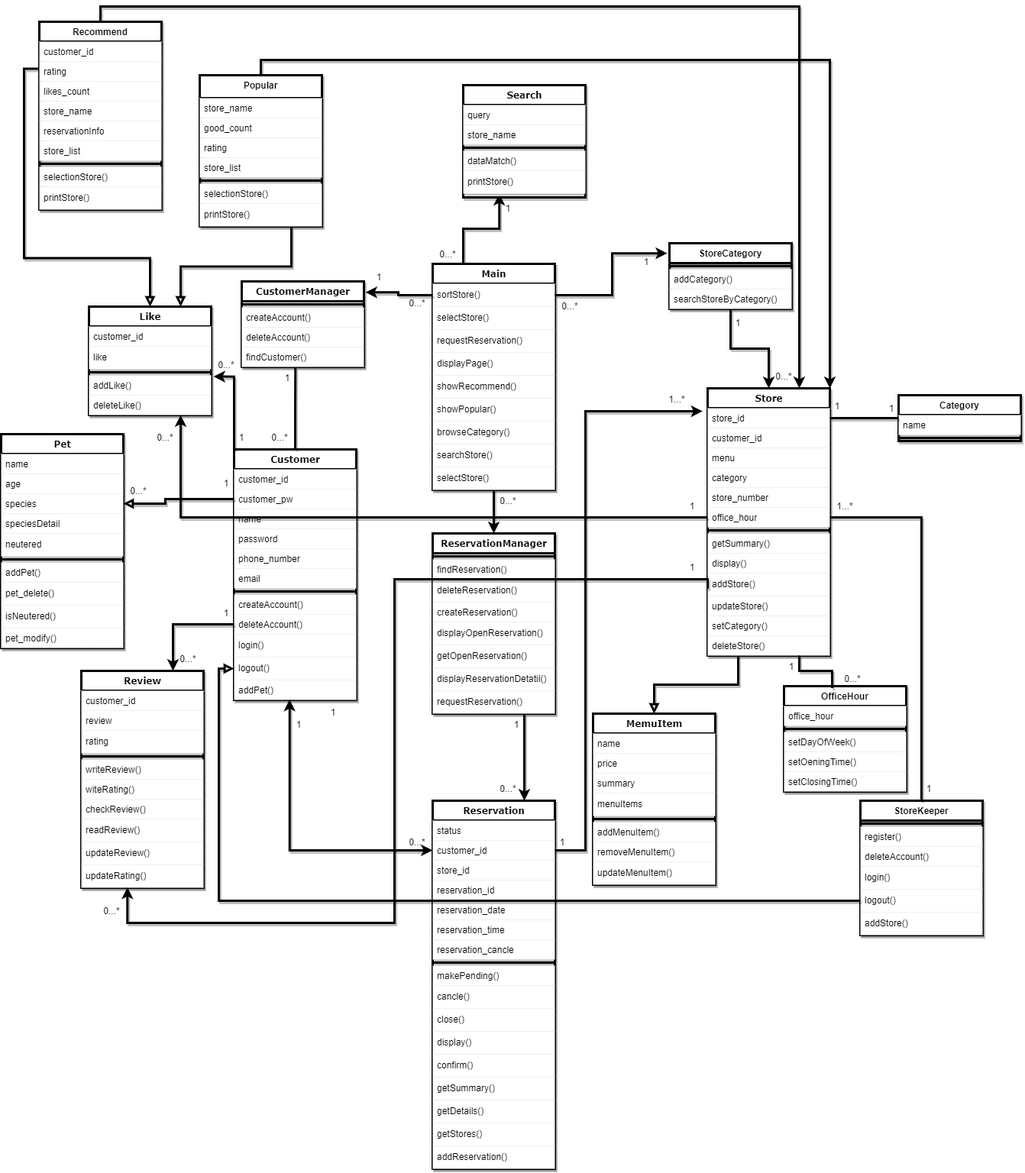
dkwkckzk/data_test keeps this draw.io diagram as walkwith_class.drawio.png. Above is the earlier version. Source tidied: cells renumbered, new cells last; positions are measured from the earlier drawing's top-left corner, leaving out a move shared by most shapes.
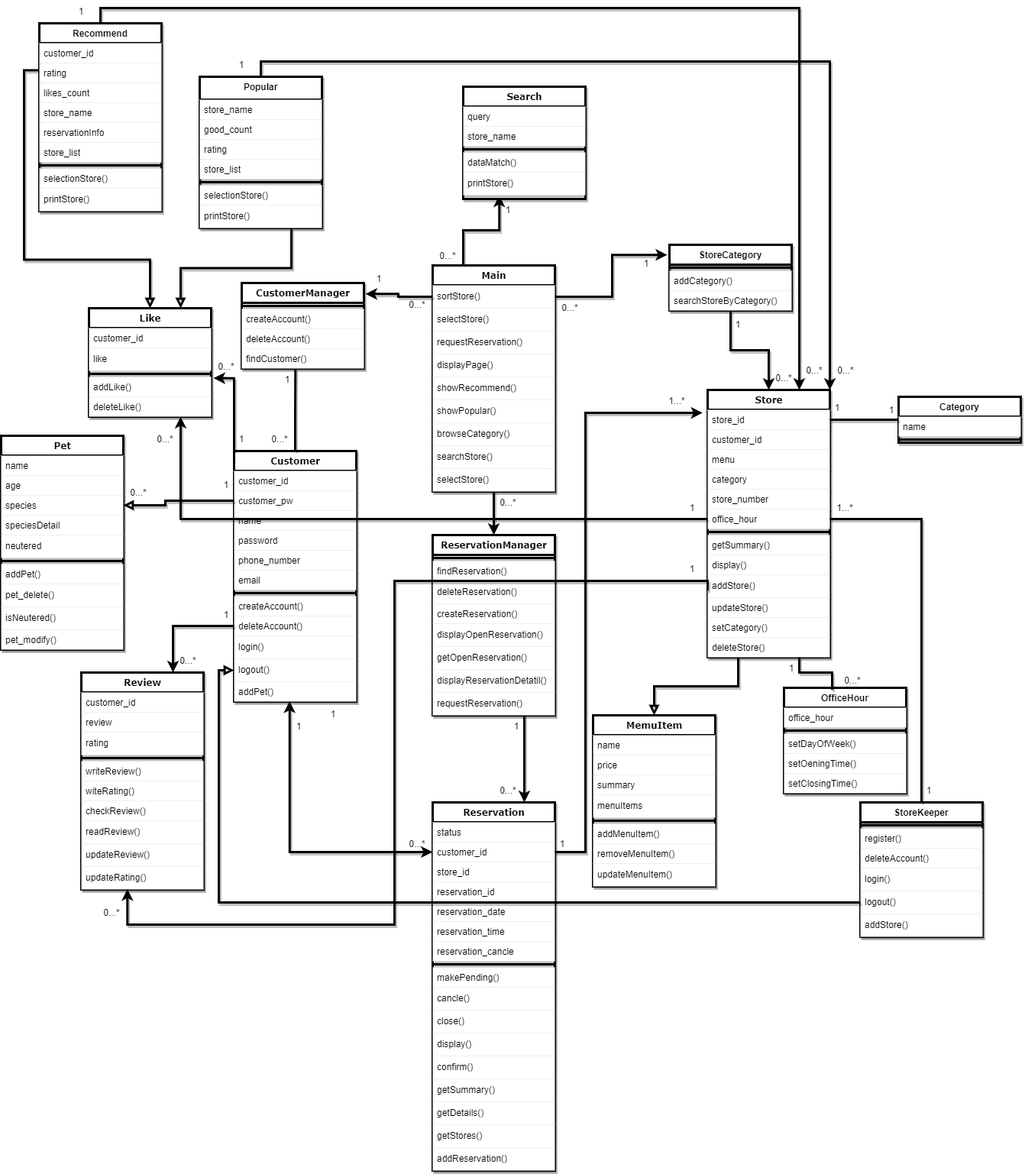
The same diagram one commit later.

Diff of the diagram source:
```diff
@@ -649,5 +649,17 @@
     <mxCell id="210" value="1" style="text;html=1;strokeColor=none;fillColor=none;align=center;verticalAlign=middle;whiteSpace=wrap;rounded=0;shadow=1;strokeWidth=3;" parent="1" vertex="1">
       <mxGeometry x="405" y="890" width="60" height="30" as="geometry" />
     </mxCell>
+    <mxCell id="211" value="1" style="text;html=1;strokeColor=none;fillColor=none;align=center;verticalAlign=middle;whiteSpace=wrap;rounded=0;shadow=1;strokeWidth=3;" parent="1" vertex="1">
+      <mxGeometry x="75" y="-30" width="60" height="30" as="geometry" />
+    </mxCell>
+    <mxCell id="212" value="1" style="text;html=1;strokeColor=none;fillColor=none;align=center;verticalAlign=middle;whiteSpace=wrap;rounded=0;shadow=1;strokeWidth=3;" parent="1" vertex="1">
+      <mxGeometry x="285" y="40" width="60" height="30" as="geometry" />
+    </mxCell>
+    <mxCell id="213" value="0...*" style="text;html=1;strokeColor=none;fillColor=none;align=center;verticalAlign=middle;whiteSpace=wrap;rounded=0;shadow=1;strokeWidth=3;" parent="1" vertex="1">
+      <mxGeometry x="1076" y="440" width="60" height="30" as="geometry" />
+    </mxCell>
+    <mxCell id="214" value="0...*" style="text;html=1;strokeColor=none;fillColor=none;align=center;verticalAlign=middle;whiteSpace=wrap;rounded=0;shadow=1;strokeWidth=3;" parent="1" vertex="1">
+      <mxGeometry x="1035" y="440" width="60" height="30" as="geometry" />
+    </mxCell>
   </root>
 </mxGraphModel>
```
